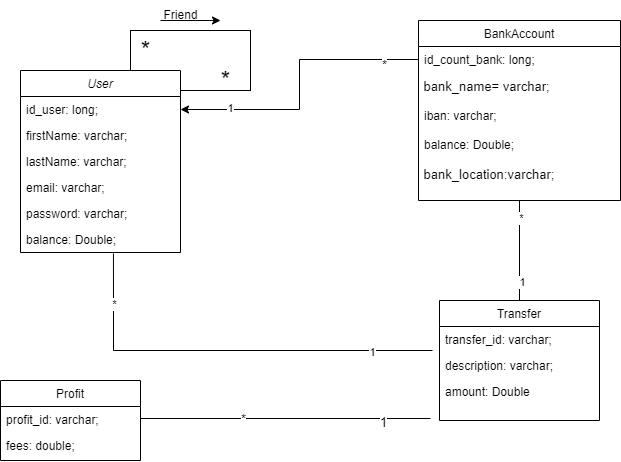
This is img/PayMyBuddy_UML.png from Daniele410/PayMyBuddy, a draw.io export, as it was before one commit. Source tidied: cells renumbered, new cells last; positions are measured from the earlier drawing's top-left corner, leaving out a move shared by most shapes. Its diagram source:
```xml
<mxGraphModel>
  <root>
    <mxCell id="0" />
    <mxCell id="1" parent="0" />
    <mxCell id="2" style="rounded=0;whiteSpace=wrap;html=1;" parent="1" vertex="1">
      <mxGeometry x="130" y="30" width="120" height="60" as="geometry" />
    </mxCell>
    <mxCell id="3" value="User" style="swimlane;fontStyle=2;align=center;verticalAlign=top;horizontal=1;startSize=26;rounded=0;shadow=0;strokeWidth=1;" parent="1" vertex="1">
      <mxGeometry x="20" y="70" width="160" height="182" as="geometry" />
    </mxCell>
    <mxCell id="4" value="id_user: long;" style="text;align=left;verticalAlign=top;spacingLeft=4;spacingRight=4;overflow=hidden;points=[[0,0.5],[1,0.5]];portConstraint=eastwest;" parent="3" vertex="1">
      <mxGeometry y="26" width="160" height="26" as="geometry" />
    </mxCell>
    <mxCell id="5" value="firstName: varchar;" style="text;align=left;verticalAlign=top;spacingLeft=4;spacingRight=4;overflow=hidden;rounded=0;shadow=0;html=0;" parent="3" vertex="1">
      <mxGeometry y="52" width="160" height="26" as="geometry" />
    </mxCell>
    <mxCell id="6" value="lastName: varchar;" style="text;align=left;verticalAlign=top;spacingLeft=4;spacingRight=4;overflow=hidden;points=[[0,0.5],[1,0.5]];portConstraint=eastwest;rounded=0;shadow=0;html=0;" parent="3" vertex="1">
      <mxGeometry y="78" width="160" height="26" as="geometry" />
    </mxCell>
    <mxCell id="7" value="email: varchar;" style="text;align=left;verticalAlign=top;spacingLeft=4;spacingRight=4;overflow=hidden;rounded=0;shadow=0;html=0;" parent="3" vertex="1">
      <mxGeometry y="104" width="160" height="26" as="geometry" />
    </mxCell>
    <mxCell id="8" value="password: varchar;" style="text;align=left;verticalAlign=top;spacingLeft=4;spacingRight=4;overflow=hidden;rounded=0;shadow=0;html=0;" parent="3" vertex="1">
      <mxGeometry y="130" width="160" height="26" as="geometry" />
    </mxCell>
    <mxCell id="9" value="balance: Double;" style="text;align=left;verticalAlign=top;spacingLeft=4;spacingRight=4;overflow=hidden;points=[[0,0.5],[1,0.5]];portConstraint=eastwest;rounded=0;shadow=0;html=0;" parent="3" vertex="1">
      <mxGeometry y="156" width="160" height="26" as="geometry" />
    </mxCell>
    <mxCell id="10" style="edgeStyle=none;rounded=0;jettySize=auto;html=1;exitX=0.5;exitY=1;exitDx=0;exitDy=0;entryX=0.5;entryY=0;entryDx=0;entryDy=0;endArrow=baseDash;endFill=0;" parent="1" edge="1" source="13" target="22">
      <mxGeometry relative="1" as="geometry" />
    </mxCell>
    <mxCell id="11" value="1" style="edgeLabel;html=1;align=center;verticalAlign=middle;" parent="10" vertex="1">
      <mxGeometry x="0.61" y="3" relative="1" as="geometry">
        <mxPoint x="-1" as="offset" />
      </mxGeometry>
    </mxCell>
    <mxCell id="12" value="*" style="edgeLabel;html=1;align=center;verticalAlign=middle;" parent="10" vertex="1">
      <mxGeometry x="-0.67" y="1" relative="1" as="geometry" />
    </mxCell>
    <mxCell id="13" value="BankAccount" style="swimlane;fontStyle=0;align=center;verticalAlign=top;horizontal=1;startSize=26;rounded=0;shadow=0;strokeWidth=1;" parent="1" vertex="1">
      <mxGeometry x="418" y="20" width="202" height="180" as="geometry" />
    </mxCell>
    <mxCell id="14" value="id_count_bank: long;" style="text;align=left;verticalAlign=middle;spacingLeft=4;spacingRight=4;overflow=hidden;points=[[0,0.5],[1,0.5]];portConstraint=eastwest;labelPosition=center;verticalLabelPosition=middle;" parent="13" vertex="1">
      <mxGeometry y="26" width="202" height="26" as="geometry" />
    </mxCell>
    <mxCell id="15" value="&amp;nbsp;bank_name= varchar;" style="text;html=1;align=left;verticalAlign=top;strokeColor=none;fillColor=none;fontSize=13;" parent="13" vertex="1">
      <mxGeometry y="52" width="202" height="30" as="geometry" />
    </mxCell>
    <mxCell id="16" value="iban: varchar;" style="text;align=left;verticalAlign=top;spacingLeft=4;spacingRight=4;overflow=hidden;points=[[0,0.5],[1,0.5]];portConstraint=eastwest;rounded=0;shadow=0;html=0;" parent="13" vertex="1">
      <mxGeometry y="82" width="202" height="26" as="geometry" />
    </mxCell>
    <mxCell id="17" value="balance: Double;" style="text;align=left;verticalAlign=middle;spacingLeft=4;spacingRight=4;overflow=hidden;rounded=0;shadow=0;html=0;" parent="13" vertex="1">
      <mxGeometry y="108" width="202" height="32" as="geometry" />
    </mxCell>
    <mxCell id="18" value="&amp;nbsp;bank_location:varchar;" style="text;html=1;align=left;verticalAlign=top;strokeColor=none;fillColor=none;fontSize=13;" parent="13" vertex="1">
      <mxGeometry y="140" width="202" height="30" as="geometry" />
    </mxCell>
    <mxCell id="19" style="edgeStyle=orthogonalEdgeStyle;rounded=0;jettySize=auto;html=1;exitX=0;exitY=0.5;exitDx=0;exitDy=0;entryX=1;entryY=0.5;entryDx=0;entryDy=0;" parent="1" edge="1" source="14" target="4">
      <mxGeometry relative="1" as="geometry" />
    </mxCell>
    <mxCell id="20" value="1" style="edgeLabel;html=1;align=center;verticalAlign=middle;" parent="19" vertex="1">
      <mxGeometry x="0.66" y="-2" relative="1" as="geometry" />
    </mxCell>
    <mxCell id="21" value="*" style="edgeLabel;html=1;align=center;verticalAlign=middle;fontSize=13;" parent="19" vertex="1">
      <mxGeometry x="-0.76" y="5" relative="1" as="geometry" />
    </mxCell>
    <mxCell id="22" value="Transfer" style="swimlane;fontStyle=0;align=center;verticalAlign=top;horizontal=1;startSize=26;rounded=0;shadow=0;strokeWidth=1;" parent="1" vertex="1">
      <mxGeometry x="439" y="300" width="160" height="120" as="geometry" />
    </mxCell>
    <mxCell id="23" value="transfer_id: varchar;" style="text;align=left;verticalAlign=top;spacingLeft=4;spacingRight=4;overflow=hidden;" parent="22" vertex="1">
      <mxGeometry y="26" width="160" height="26" as="geometry" />
    </mxCell>
    <mxCell id="24" value="description: varchar;" style="text;align=left;verticalAlign=top;spacingLeft=4;spacingRight=4;overflow=hidden;" parent="22" vertex="1">
      <mxGeometry y="52" width="160" height="26" as="geometry" />
    </mxCell>
    <mxCell id="25" value="amount: Double" style="text;align=left;verticalAlign=top;spacingLeft=4;spacingRight=4;overflow=hidden;" parent="22" vertex="1">
      <mxGeometry y="78" width="160" height="26" as="geometry" />
    </mxCell>
    <mxCell id="26" style="endArrow=classic;html=1;rounded=0;" parent="1" edge="1">
      <mxGeometry relative="1" as="geometry">
        <mxPoint x="160" y="20" as="sourcePoint" />
        <mxPoint x="220" y="20" as="targetPoint" />
      </mxGeometry>
    </mxCell>
    <mxCell id="27" value="Friend" style="text;html=1;align=center;verticalAlign=middle;strokeColor=none;fillColor=none;" parent="1" vertex="1">
      <mxGeometry x="150" width="60" height="30" as="geometry" />
    </mxCell>
    <mxCell id="28" value="&lt;font style=&quot;font-size: 24px;&quot;&gt;*&lt;/font&gt;" style="text;html=1;align=center;verticalAlign=middle;strokeColor=none;fillColor=none;" parent="1" vertex="1">
      <mxGeometry x="130" y="30" width="30" height="40" as="geometry" />
    </mxCell>
    <mxCell id="29" value="&lt;font style=&quot;font-size: 24px;&quot;&gt;*&lt;/font&gt;" style="text;html=1;align=center;verticalAlign=middle;strokeColor=none;fillColor=none;" parent="1" vertex="1">
      <mxGeometry x="210" y="60" width="30" height="40" as="geometry" />
    </mxCell>
    <mxCell id="30" style="endArrow=none;html=1;rounded=0;exitX=0.581;exitY=1.038;exitDx=0;exitDy=0;exitPerimeter=0;" parent="1" edge="1" source="9">
      <mxGeometry relative="1" as="geometry">
        <mxPoint x="432" y="350" as="targetPoint" />
        <Array as="points">
          <mxPoint x="113" y="350" />
        </Array>
      </mxGeometry>
    </mxCell>
    <mxCell id="31" value="1" style="edgeLabel;html=1;align=center;verticalAlign=middle;" parent="30" vertex="1">
      <mxGeometry x="0.71" y="-1" relative="1" as="geometry" />
    </mxCell>
    <mxCell id="32" value="*" style="edgeLabel;html=1;align=center;verticalAlign=middle;" parent="30" vertex="1">
      <mxGeometry x="-0.76" y="1" relative="1" as="geometry" />
    </mxCell>
    <mxCell id="33" value="Profit" style="swimlane;fontStyle=0;align=center;verticalAlign=top;horizontal=1;startSize=26;rounded=0;shadow=0;strokeWidth=1;" parent="1" vertex="1">
      <mxGeometry y="380" width="140" height="80" as="geometry" />
    </mxCell>
    <mxCell id="34" value="profit_id: varchar;" style="text;align=left;verticalAlign=top;spacingLeft=4;spacingRight=4;overflow=hidden;" parent="33" vertex="1">
      <mxGeometry y="26" width="140" height="26" as="geometry" />
    </mxCell>
    <mxCell id="35" value="fees: double;" style="text;align=left;verticalAlign=top;spacingLeft=4;spacingRight=4;overflow=hidden;rounded=0;shadow=0;html=0;" parent="33" vertex="1">
      <mxGeometry y="52" width="140" height="26" as="geometry" />
    </mxCell>
    <mxCell id="36" style="endArrow=none;html=1;rounded=0;" parent="1" edge="1">
      <mxGeometry relative="1" as="geometry">
        <mxPoint x="140" y="418" as="sourcePoint" />
        <mxPoint x="430" y="418" as="targetPoint" />
      </mxGeometry>
    </mxCell>
    <mxCell id="37" value="1" style="edgeLabel;html=1;align=center;verticalAlign=middle;fontSize=13;" parent="36" vertex="1">
      <mxGeometry x="0.67" y="-3" relative="1" as="geometry" />
    </mxCell>
    <mxCell id="38" value="*" style="edgeLabel;html=1;align=center;verticalAlign=middle;fontSize=13;" parent="36" vertex="1">
      <mxGeometry x="-0.3" relative="1" as="geometry" />
    </mxCell>
  </root>
</mxGraphModel>
```
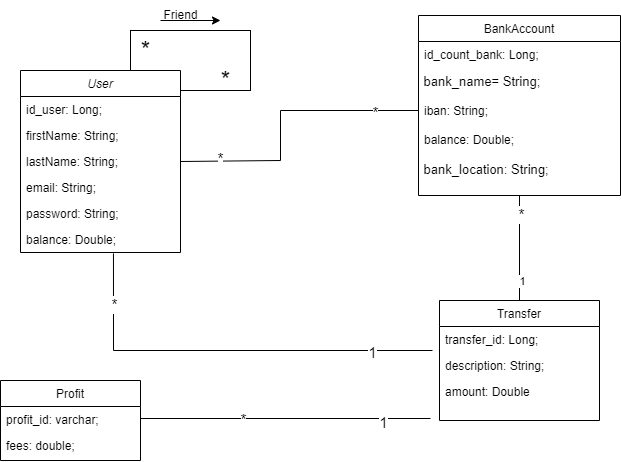
The same diagram one commit later.

Change to the diagram source:
```diff
@@ -8,19 +8,19 @@
     <mxCell id="3" value="User" style="swimlane;fontStyle=2;align=center;verticalAlign=top;horizontal=1;startSize=26;rounded=0;shadow=0;strokeWidth=1;" parent="1" vertex="1">
       <mxGeometry x="20" y="70" width="160" height="182" as="geometry" />
     </mxCell>
-    <mxCell id="4" value="id_user: long;" style="text;align=left;verticalAlign=top;spacingLeft=4;spacingRight=4;overflow=hidden;points=[[0,0.5],[1,0.5]];portConstraint=eastwest;" parent="3" vertex="1">
+    <mxCell id="4" value="id_user: Long;" style="text;align=left;verticalAlign=top;spacingLeft=4;spacingRight=4;overflow=hidden;points=[[0,0.5],[1,0.5]];portConstraint=eastwest;" parent="3" vertex="1">
       <mxGeometry y="26" width="160" height="26" as="geometry" />
     </mxCell>
-    <mxCell id="5" value="firstName: varchar;" style="text;align=left;verticalAlign=top;spacingLeft=4;spacingRight=4;overflow=hidden;rounded=0;shadow=0;html=0;" parent="3" vertex="1">
+    <mxCell id="5" value="firstName: String;" style="text;align=left;verticalAlign=top;spacingLeft=4;spacingRight=4;overflow=hidden;rounded=0;shadow=0;html=0;" parent="3" vertex="1">
       <mxGeometry y="52" width="160" height="26" as="geometry" />
     </mxCell>
-    <mxCell id="6" value="lastName: varchar;" style="text;align=left;verticalAlign=top;spacingLeft=4;spacingRight=4;overflow=hidden;points=[[0,0.5],[1,0.5]];portConstraint=eastwest;rounded=0;shadow=0;html=0;" parent="3" vertex="1">
+    <mxCell id="6" value="lastName: String;" style="text;align=left;verticalAlign=top;spacingLeft=4;spacingRight=4;overflow=hidden;points=[[0,0.5],[1,0.5]];portConstraint=eastwest;rounded=0;shadow=0;html=0;" parent="3" vertex="1">
       <mxGeometry y="78" width="160" height="26" as="geometry" />
     </mxCell>
-    <mxCell id="7" value="email: varchar;" style="text;align=left;verticalAlign=top;spacingLeft=4;spacingRight=4;overflow=hidden;rounded=0;shadow=0;html=0;" parent="3" vertex="1">
+    <mxCell id="7" value="email: String;" style="text;align=left;verticalAlign=top;spacingLeft=4;spacingRight=4;overflow=hidden;rounded=0;shadow=0;html=0;" parent="3" vertex="1">
       <mxGeometry y="104" width="160" height="26" as="geometry" />
     </mxCell>
-    <mxCell id="8" value="password: varchar;" style="text;align=left;verticalAlign=top;spacingLeft=4;spacingRight=4;overflow=hidden;rounded=0;shadow=0;html=0;" parent="3" vertex="1">
+    <mxCell id="8" value="password: String;" style="text;align=left;verticalAlign=top;spacingLeft=4;spacingRight=4;overflow=hidden;rounded=0;shadow=0;html=0;" parent="3" vertex="1">
       <mxGeometry y="130" width="160" height="26" as="geometry" />
     </mxCell>
     <mxCell id="9" value="balance: Double;" style="text;align=left;verticalAlign=top;spacingLeft=4;spacingRight=4;overflow=hidden;points=[[0,0.5],[1,0.5]];portConstraint=eastwest;rounded=0;shadow=0;html=0;" parent="3" vertex="1">
@@ -34,43 +34,34 @@
         <mxPoint x="-1" as="offset" />
       </mxGeometry>
     </mxCell>
-    <mxCell id="12" value="*" style="edgeLabel;html=1;align=center;verticalAlign=middle;" parent="10" vertex="1">
+    <mxCell id="12" value="*" style="edgeLabel;html=1;align=center;verticalAlign=middle;fontSize=15;" parent="10" vertex="1">
       <mxGeometry x="-0.67" y="1" relative="1" as="geometry" />
     </mxCell>
     <mxCell id="13" value="BankAccount" style="swimlane;fontStyle=0;align=center;verticalAlign=top;horizontal=1;startSize=26;rounded=0;shadow=0;strokeWidth=1;" parent="1" vertex="1">
-      <mxGeometry x="418" y="20" width="202" height="180" as="geometry" />
+      <mxGeometry x="418" y="15" width="202" height="180" as="geometry" />
     </mxCell>
-    <mxCell id="14" value="id_count_bank: long;" style="text;align=left;verticalAlign=middle;spacingLeft=4;spacingRight=4;overflow=hidden;points=[[0,0.5],[1,0.5]];portConstraint=eastwest;labelPosition=center;verticalLabelPosition=middle;" parent="13" vertex="1">
+    <mxCell id="14" value="id_count_bank: Long;" style="text;align=left;verticalAlign=middle;spacingLeft=4;spacingRight=4;overflow=hidden;points=[[0,0.5],[1,0.5]];portConstraint=eastwest;labelPosition=center;verticalLabelPosition=middle;" parent="13" vertex="1">
       <mxGeometry y="26" width="202" height="26" as="geometry" />
     </mxCell>
-    <mxCell id="15" value="&amp;nbsp;bank_name= varchar;" style="text;html=1;align=left;verticalAlign=top;strokeColor=none;fillColor=none;fontSize=13;" parent="13" vertex="1">
+    <mxCell id="15" value="&amp;nbsp;bank_name= String;" style="text;html=1;align=left;verticalAlign=top;strokeColor=none;fillColor=none;fontSize=13;" parent="13" vertex="1">
       <mxGeometry y="52" width="202" height="30" as="geometry" />
     </mxCell>
-    <mxCell id="16" value="iban: varchar;" style="text;align=left;verticalAlign=top;spacingLeft=4;spacingRight=4;overflow=hidden;points=[[0,0.5],[1,0.5]];portConstraint=eastwest;rounded=0;shadow=0;html=0;" parent="13" vertex="1">
+    <mxCell id="16" value="iban: String;" style="text;align=left;verticalAlign=top;spacingLeft=4;spacingRight=4;overflow=hidden;points=[[0,0.5],[1,0.5]];portConstraint=eastwest;rounded=0;shadow=0;html=0;" parent="13" vertex="1">
       <mxGeometry y="82" width="202" height="26" as="geometry" />
     </mxCell>
     <mxCell id="17" value="balance: Double;" style="text;align=left;verticalAlign=middle;spacingLeft=4;spacingRight=4;overflow=hidden;rounded=0;shadow=0;html=0;" parent="13" vertex="1">
       <mxGeometry y="108" width="202" height="32" as="geometry" />
     </mxCell>
-    <mxCell id="18" value="&amp;nbsp;bank_location:varchar;" style="text;html=1;align=left;verticalAlign=top;strokeColor=none;fillColor=none;fontSize=13;" parent="13" vertex="1">
+    <mxCell id="18" value="&amp;nbsp;bank_location: String;" style="text;html=1;align=left;verticalAlign=top;strokeColor=none;fillColor=none;fontSize=13;" parent="13" vertex="1">
       <mxGeometry y="140" width="202" height="30" as="geometry" />
     </mxCell>
-    <mxCell id="19" style="edgeStyle=orthogonalEdgeStyle;rounded=0;jettySize=auto;html=1;exitX=0;exitY=0.5;exitDx=0;exitDy=0;entryX=1;entryY=0.5;entryDx=0;entryDy=0;" parent="1" edge="1" source="14" target="4">
-      <mxGeometry relative="1" as="geometry" />
-    </mxCell>
-    <mxCell id="20" value="1" style="edgeLabel;html=1;align=center;verticalAlign=middle;" parent="19" vertex="1">
-      <mxGeometry x="0.66" y="-2" relative="1" as="geometry" />
-    </mxCell>
-    <mxCell id="21" value="*" style="edgeLabel;html=1;align=center;verticalAlign=middle;fontSize=13;" parent="19" vertex="1">
-      <mxGeometry x="-0.76" y="5" relative="1" as="geometry" />
-    </mxCell>
     <mxCell id="22" value="Transfer" style="swimlane;fontStyle=0;align=center;verticalAlign=top;horizontal=1;startSize=26;rounded=0;shadow=0;strokeWidth=1;" parent="1" vertex="1">
       <mxGeometry x="439" y="300" width="160" height="120" as="geometry" />
     </mxCell>
-    <mxCell id="23" value="transfer_id: varchar;" style="text;align=left;verticalAlign=top;spacingLeft=4;spacingRight=4;overflow=hidden;" parent="22" vertex="1">
+    <mxCell id="23" value="transfer_id: Long;" style="text;align=left;verticalAlign=top;spacingLeft=4;spacingRight=4;overflow=hidden;" parent="22" vertex="1">
       <mxGeometry y="26" width="160" height="26" as="geometry" />
     </mxCell>
-    <mxCell id="24" value="description: varchar;" style="text;align=left;verticalAlign=top;spacingLeft=4;spacingRight=4;overflow=hidden;" parent="22" vertex="1">
+    <mxCell id="24" value="description: String;" style="text;align=left;verticalAlign=top;spacingLeft=4;spacingRight=4;overflow=hidden;" parent="22" vertex="1">
       <mxGeometry y="52" width="160" height="26" as="geometry" />
     </mxCell>
     <mxCell id="25" value="amount: Double" style="text;align=left;verticalAlign=top;spacingLeft=4;spacingRight=4;overflow=hidden;" parent="22" vertex="1">
@@ -99,10 +90,10 @@
         </Array>
       </mxGeometry>
     </mxCell>
-    <mxCell id="31" value="1" style="edgeLabel;html=1;align=center;verticalAlign=middle;" parent="30" vertex="1">
+    <mxCell id="31" value="1" style="edgeLabel;html=1;align=center;verticalAlign=middle;fontSize=15;" parent="30" vertex="1">
       <mxGeometry x="0.71" y="-1" relative="1" as="geometry" />
     </mxCell>
-    <mxCell id="32" value="*" style="edgeLabel;html=1;align=center;verticalAlign=middle;" parent="30" vertex="1">
+    <mxCell id="32" value="*" style="edgeLabel;html=1;align=center;verticalAlign=middle;fontSize=15;" parent="30" vertex="1">
       <mxGeometry x="-0.76" y="1" relative="1" as="geometry" />
     </mxCell>
     <mxCell id="33" value="Profit" style="swimlane;fontStyle=0;align=center;verticalAlign=top;horizontal=1;startSize=26;rounded=0;shadow=0;strokeWidth=1;" parent="1" vertex="1">
@@ -120,11 +111,25 @@
         <mxPoint x="430" y="418" as="targetPoint" />
       </mxGeometry>
     </mxCell>
-    <mxCell id="37" value="1" style="edgeLabel;html=1;align=center;verticalAlign=middle;fontSize=13;" parent="36" vertex="1">
+    <mxCell id="37" value="1" style="edgeLabel;html=1;align=center;verticalAlign=middle;fontSize=15;" parent="36" vertex="1">
       <mxGeometry x="0.67" y="-3" relative="1" as="geometry" />
     </mxCell>
-    <mxCell id="38" value="*" style="edgeLabel;html=1;align=center;verticalAlign=middle;fontSize=13;" parent="36" vertex="1">
+    <mxCell id="38" value="*" style="edgeLabel;html=1;align=center;verticalAlign=middle;fontSize=15;" parent="36" vertex="1">
       <mxGeometry x="-0.3" relative="1" as="geometry" />
     </mxCell>
+    <mxCell id="39" style="endArrow=none;html=1;rounded=0;entryX=0;entryY=0.5;entryDx=0;entryDy=0;exitX=1;exitY=0.5;exitDx=0;exitDy=0;" parent="1" edge="1" source="6" target="16">
+      <mxGeometry relative="1" as="geometry">
+        <Array as="points">
+          <mxPoint x="280" y="160" />
+          <mxPoint x="280" y="110" />
+        </Array>
+      </mxGeometry>
+    </mxCell>
+    <mxCell id="40" value="*" style="edgeLabel;html=1;align=center;verticalAlign=middle;fontSize=15;" parent="39" vertex="1">
+      <mxGeometry x="0.7" y="-1" relative="1" as="geometry" />
+    </mxCell>
+    <mxCell id="41" value="*" style="edgeLabel;html=1;align=center;verticalAlign=middle;fontSize=15;" parent="39" vertex="1">
+      <mxGeometry x="-0.72" y="3" relative="1" as="geometry" />
+    </mxCell>
   </root>
 </mxGraphModel>
```
